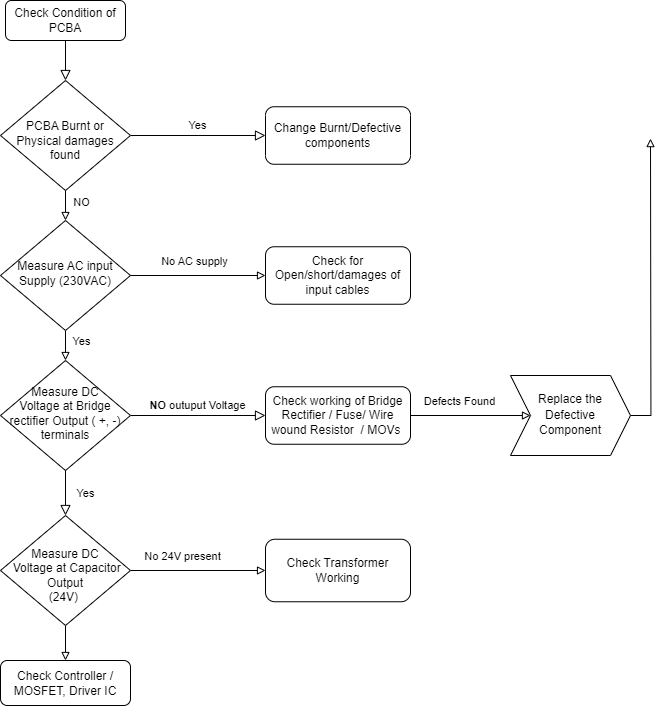
Before: Debug_Tree.png, a diagram exported from draw.io (Mohammedsaklain/TINA-TI). Source tidied: cells renumbered, new cells last; positions are measured from the earlier drawing's top-left corner, leaving out a move shared by most shapes.
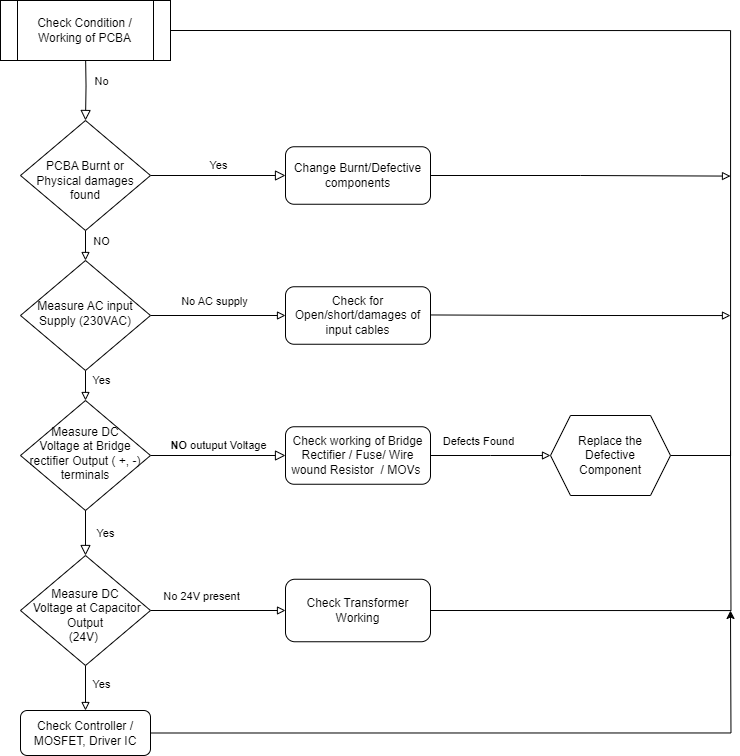
After the commit.

What changed in the source:
```diff
@@ -1,4 +1,4 @@
-<mxGraphModel>
+<mxGraphModel background="#FFFFFF">
   <root>
     <mxCell id="0" />
     <mxCell id="1" parent="0" />
@@ -21,12 +21,16 @@
     <mxCell id="6" value="Measure AC input Supply (230VAC)" style="rhombus;whiteSpace=wrap;html=1;shadow=0;fontFamily=Helvetica;fontSize=12;align=center;strokeWidth=1;spacing=6;spacingTop=-4;" parent="1" vertex="1">
       <mxGeometry y="220" width="130" height="110" as="geometry" />
     </mxCell>
-    <mxCell id="7" style="rounded=0;html=1;jettySize=auto;fontSize=11;endArrow=block;endFill=0;endSize=8;strokeWidth=1;shadow=0;labelBackgroundColor=none;edgeStyle=orthogonalEdgeStyle;" parent="1" edge="1" source="8" target="12">
-      <mxGeometry relative="1" as="geometry" />
+    <mxCell id="7" style="rounded=0;html=1;jettySize=auto;fontSize=11;endArrow=block;endFill=0;endSize=8;strokeWidth=1;shadow=0;labelBackgroundColor=none;edgeStyle=orthogonalEdgeStyle;" parent="1" edge="1" target="12">
+      <mxGeometry relative="1" as="geometry">
+        <mxPoint x="65" y="10" as="sourcePoint" />
+      </mxGeometry>
     </mxCell>
-    <mxCell id="8" value="Check Condition of PCBA" style="rounded=1;whiteSpace=wrap;html=1;fontSize=12;glass=0;strokeWidth=1;shadow=0;" parent="1" vertex="1">
-      <mxGeometry x="5" width="120" height="40" as="geometry" />
-    </mxCell>
+    <mxCell id="29" value="No" style="edgeLabel;html=1;align=center;verticalAlign=middle;" parent="7" vertex="1">
+      <mxGeometry x="-0.29" y="1" relative="1" as="geometry">
+        <mxPoint x="14" y="5" as="offset" />
+      </mxGeometry>
+    </mxCell>
     <mxCell id="9" value="Yes" style="edgeStyle=orthogonalEdgeStyle;rounded=0;html=1;jettySize=auto;fontSize=11;endArrow=block;endFill=0;endSize=8;strokeWidth=1;shadow=0;labelBackgroundColor=none;" parent="1" edge="1" source="12" target="13">
       <mxGeometry y="10" relative="1" as="geometry" />
     </mxCell>
@@ -41,6 +45,11 @@
     <mxCell id="12" value="&lt;br&gt;PCBA Burnt or Physical damages found" style="rhombus;whiteSpace=wrap;html=1;shadow=0;fontFamily=Helvetica;fontSize=12;align=center;strokeWidth=1;spacing=6;spacingTop=-4;" parent="1" vertex="1">
       <mxGeometry y="80" width="130" height="110" as="geometry" />
     </mxCell>
+    <mxCell id="30" style="edgeStyle=orthogonalEdgeStyle;rounded=0;jettySize=auto;html=1;exitX=1;exitY=0.5;exitDx=0;exitDy=0;endArrow=block;endFill=0;" parent="1" edge="1" source="13">
+      <mxGeometry relative="1" as="geometry">
+        <mxPoint x="710" y="135.6" as="targetPoint" />
+      </mxGeometry>
+    </mxCell>
     <mxCell id="13" value="Change Burnt/Defective components" style="rounded=1;whiteSpace=wrap;html=1;fontSize=12;glass=0;strokeWidth=1;shadow=0;" parent="1" vertex="1">
       <mxGeometry x="265" y="106.2" width="145" height="57.5" as="geometry" />
     </mxCell>
@@ -50,8 +59,10 @@
     <mxCell id="15" value="Measure DC Voltage&amp;nbsp;at Bridge rectifier Output ( +, -) terminals" style="rhombus;whiteSpace=wrap;html=1;shadow=0;fontFamily=Helvetica;fontSize=12;align=center;strokeWidth=1;spacing=6;spacingTop=-4;" parent="1" vertex="1">
       <mxGeometry y="360" width="130" height="110" as="geometry" />
     </mxCell>
-    <mxCell id="16" style="edgeStyle=orthogonalEdgeStyle;rounded=0;hachureGap=4;jettySize=auto;html=1;exitX=1;exitY=0.5;exitDx=0;exitDy=0;entryX=0;entryY=0.5;entryDx=0;entryDy=0;fontFamily=Architects Daughter;fontSource=https%3A%2F%2Ffonts.googleapis.com%2Fcss%3Ffamily%3DArchitects%2BDaughter;endArrow=block;endFill=0;" parent="1" edge="1" source="18" target="28">
-      <mxGeometry relative="1" as="geometry" />
+    <mxCell id="16" style="edgeStyle=orthogonalEdgeStyle;rounded=0;hachureGap=4;jettySize=auto;html=1;exitX=1;exitY=0.5;exitDx=0;exitDy=0;entryX=0;entryY=0.5;entryDx=0;entryDy=0;fontFamily=Architects Daughter;fontSource=https%3A%2F%2Ffonts.googleapis.com%2Fcss%3Ffamily%3DArchitects%2BDaughter;endArrow=block;endFill=0;" parent="1" edge="1" source="18">
+      <mxGeometry relative="1" as="geometry">
+        <mxPoint x="530" y="415" as="targetPoint" />
+      </mxGeometry>
     </mxCell>
     <mxCell id="17" value="&lt;font face=&quot;Helvetica&quot;&gt;Defects Found&lt;/font&gt;" style="edgeLabel;html=1;align=center;verticalAlign=middle;sketch=1;hachureGap=4;jiggle=2;curveFitting=1;fontFamily=Architects Daughter;fontSource=https%3A%2F%2Ffonts.googleapis.com%2Fcss%3Ffamily%3DArchitects%2BDaughter;" parent="16" vertex="1">
       <mxGeometry x="-0.23" y="3" relative="1" as="geometry">
@@ -72,28 +83,56 @@
     <mxCell id="21" style="edgeStyle=orthogonalEdgeStyle;rounded=0;hachureGap=4;jettySize=auto;html=1;exitX=0.5;exitY=1;exitDx=0;exitDy=0;entryX=0.5;entryY=0;entryDx=0;entryDy=0;fontFamily=Architects Daughter;fontSource=https%3A%2F%2Ffonts.googleapis.com%2Fcss%3Ffamily%3DArchitects%2BDaughter;endArrow=block;endFill=0;" parent="1" edge="1" source="22" target="25">
       <mxGeometry relative="1" as="geometry" />
     </mxCell>
+    <mxCell id="31" value="Yes&lt;div&gt;&lt;br&gt;&lt;/div&gt;" style="edgeLabel;html=1;align=center;verticalAlign=middle;" parent="21" vertex="1">
+      <mxGeometry x="-0.27" y="1" relative="1" as="geometry">
+        <mxPoint x="14" y="9" as="offset" />
+      </mxGeometry>
+    </mxCell>
     <mxCell id="22" value="&lt;br&gt;Measure DC&lt;br&gt;&amp;nbsp;Voltage at Capacitor&lt;br&gt;Output&lt;br&gt;(24V)&amp;nbsp;" style="rhombus;whiteSpace=wrap;html=1;shadow=0;fontFamily=Helvetica;fontSize=12;align=center;strokeWidth=1;spacing=6;spacingTop=-4;" parent="1" vertex="1">
       <mxGeometry y="515" width="130" height="110" as="geometry" />
     </mxCell>
     <mxCell id="23" value="Yes" style="rounded=0;html=1;jettySize=auto;fontSize=11;endArrow=block;endFill=0;endSize=8;strokeWidth=1;shadow=0;labelBackgroundColor=none;edgeStyle=orthogonalEdgeStyle;exitX=0.5;exitY=1;exitDx=0;exitDy=0;" parent="1" edge="1" source="15" target="22">
       <mxGeometry y="20" relative="1" as="geometry" />
     </mxCell>
+    <mxCell id="32" style="edgeStyle=orthogonalEdgeStyle;rounded=0;jettySize=auto;html=1;exitX=1;exitY=0.5;exitDx=0;exitDy=0;endArrow=none;endFill=0;" parent="1" edge="1" source="24">
+      <mxGeometry relative="1" as="geometry">
+        <mxPoint x="710" y="410" as="targetPoint" />
+      </mxGeometry>
+    </mxCell>
     <mxCell id="24" value="Check Transformer Working" style="rounded=1;whiteSpace=wrap;html=1;fontSize=12;glass=0;strokeWidth=1;shadow=0;" parent="1" vertex="1">
       <mxGeometry x="265" y="538.8" width="145" height="62.5" as="geometry" />
     </mxCell>
+    <mxCell id="33" style="edgeStyle=orthogonalEdgeStyle;rounded=0;jettySize=auto;html=1;exitX=1;exitY=0.5;exitDx=0;exitDy=0;" parent="1" edge="1" source="25">
+      <mxGeometry relative="1" as="geometry">
+        <mxPoint x="710" y="570" as="targetPoint" />
+      </mxGeometry>
+    </mxCell>
     <mxCell id="25" value="Check Controller / MOSFET, Driver IC" style="rounded=1;whiteSpace=wrap;html=1;fontSize=12;glass=0;strokeWidth=1;shadow=0;" parent="1" vertex="1">
-      <mxGeometry y="660" width="130" height="45" as="geometry" />
+      <mxGeometry y="670" width="130" height="45" as="geometry" />
     </mxCell>
+    <mxCell id="34" style="edgeStyle=orthogonalEdgeStyle;rounded=0;orthogonalLoop=1;jettySize=auto;html=1;exitX=1;exitY=0.5;exitDx=0;exitDy=0;endArrow=block;endFill=0;" parent="1" edge="1">
+      <mxGeometry relative="1" as="geometry">
+        <mxPoint x="410" y="274.5" as="sourcePoint" />
+        <mxPoint x="710" y="275" as="targetPoint" />
+      </mxGeometry>
+    </mxCell>
     <mxCell id="26" value="Check for Open/short/damages of input cables" style="rounded=1;whiteSpace=wrap;html=1;fontSize=12;glass=0;strokeWidth=1;shadow=0;" parent="1" vertex="1">
       <mxGeometry x="265" y="246.2" width="145" height="57.5" as="geometry" />
     </mxCell>
-    <mxCell id="27" style="edgeStyle=orthogonalEdgeStyle;rounded=0;hachureGap=4;jettySize=auto;html=1;fontFamily=Architects Daughter;fontSource=https%3A%2F%2Ffonts.googleapis.com%2Fcss%3Ffamily%3DArchitects%2BDaughter;endArrow=block;endFill=0;" parent="1" edge="1" source="28">
-      <mxGeometry relative="1" as="geometry">
-        <mxPoint x="650" y="138.1" as="targetPoint" />
-      </mxGeometry>
-    </mxCell>
+    <mxCell id="35" style="edgeStyle=orthogonalEdgeStyle;rounded=0;jettySize=auto;html=1;exitX=1;exitY=0.5;exitDx=0;exitDy=0;entryX=1;entryY=0.5;entryDx=0;entryDy=0;endArrow=block;endFill=0;" parent="1" edge="1" source="28">
+      <mxGeometry relative="1" as="geometry">
+        <mxPoint x="125" y="-10" as="targetPoint" />
+        <Array as="points">
+          <mxPoint x="710" y="415" />
+          <mxPoint x="710" y="-10" />
+        </Array>
+      </mxGeometry>
+    </mxCell>
-    <mxCell id="28" value="&lt;font face=&quot;Helvetica&quot;&gt;Replace the &lt;br&gt;Defective &lt;br&gt;Component&lt;/font&gt;" style="shape=step;perimeter=stepPerimeter;whiteSpace=wrap;html=1;fixedSize=1;hachureGap=4;fontFamily=Architects Daughter;fontSource=https%3A%2F%2Ffonts.googleapis.com%2Fcss%3Ffamily%3DArchitects%2BDaughter;" parent="1" vertex="1">
-      <mxGeometry x="510" y="375" width="120" height="80" as="geometry" />
+    <mxCell id="28" value="Replace the&lt;br&gt;Defective&lt;br&gt;Component" style="shape=hexagon;perimeter=hexagonPerimeter2;whiteSpace=wrap;html=1;fixedSize=1;" parent="1" vertex="1">
+      <mxGeometry x="530" y="375" width="120" height="80" as="geometry" />
     </mxCell>
+    <mxCell id="36" value="Check Condition / Working of PCBA" style="shape=process;whiteSpace=wrap;html=1;backgroundOutline=1;" parent="1" vertex="1">
+      <mxGeometry x="-20" y="-40" width="170" height="60" as="geometry" />
+    </mxCell>
   </root>
 </mxGraphModel>
```
